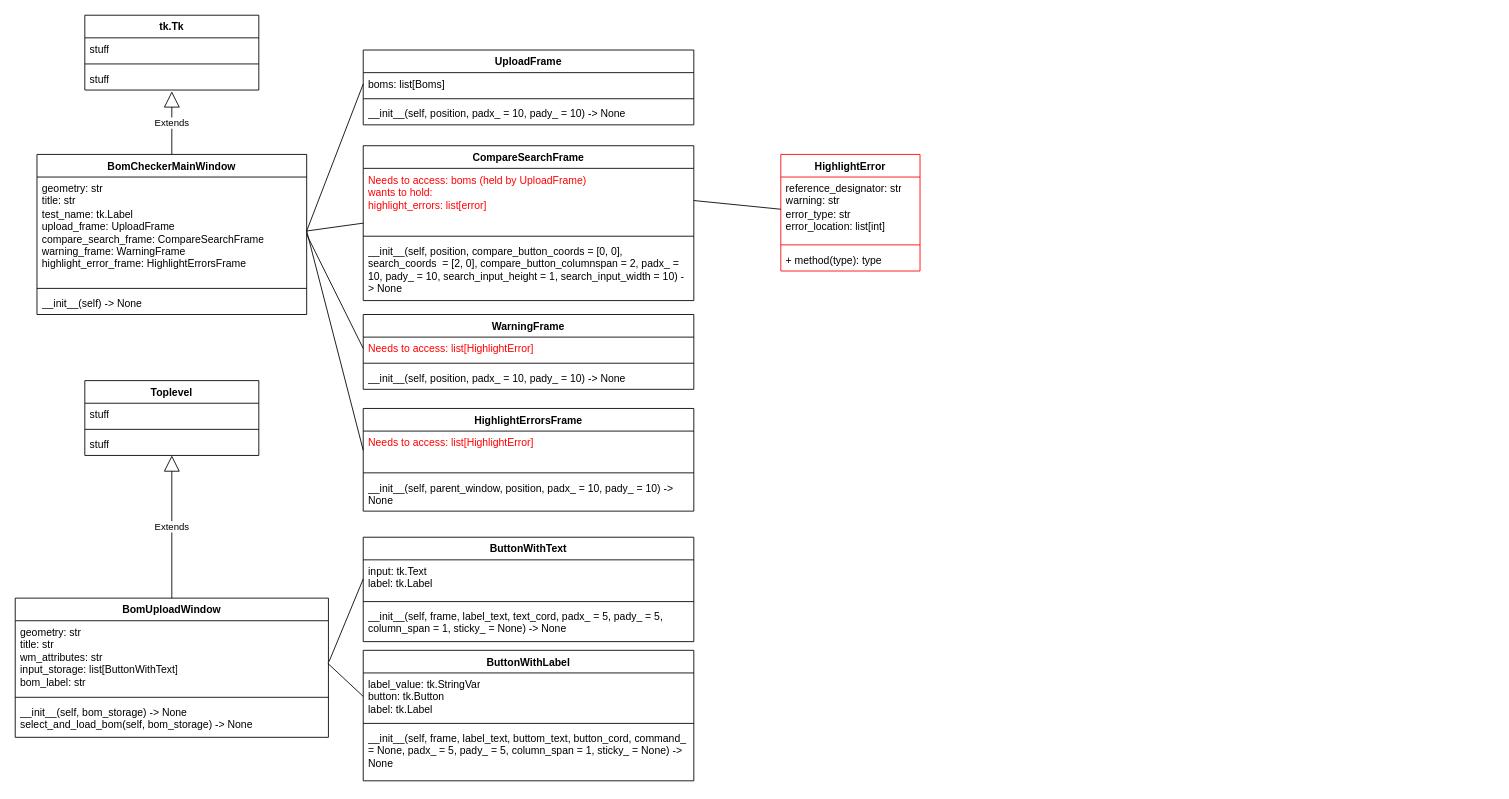
Before: bom_checker_class_diagram.drawio in ArielNadratowski/Bom_Checker, a draw.io diagram. Source tidied: cells renumbered, new cells numbered last; positions are measured from the earlier drawing's top-left corner, leaving out a move shared by most shapes. Both pictures are drawn from the tidied source at 87%, with x=0, y=0 at pixel (15, 15).
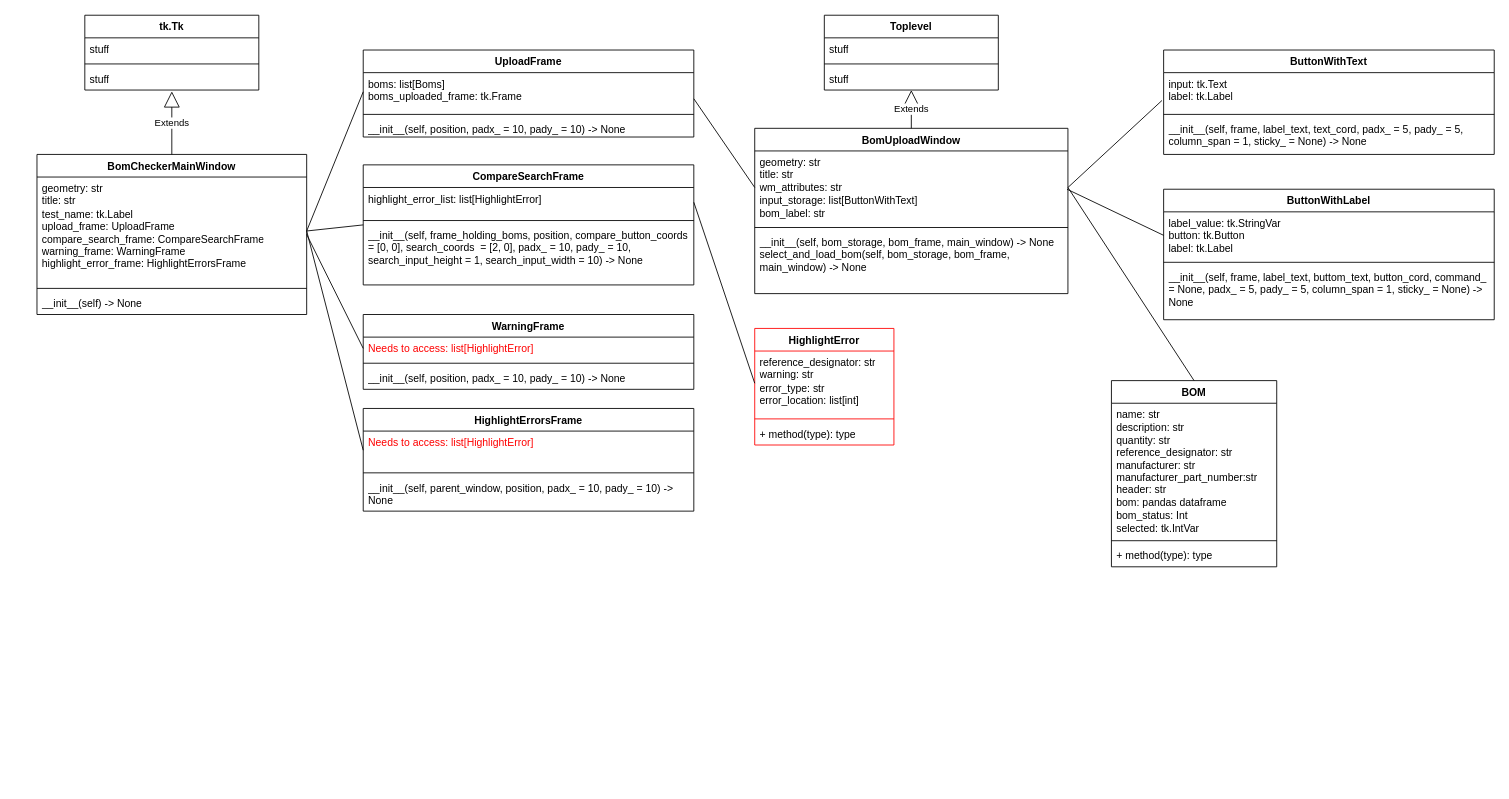
The same diagram, later.

Commit message (it also covers changes not shown here):
Able to upload multiple boms and select which ones to compare from a displayed list.

Unchanged cells that the change refers to:
```xml
<mxCell id="32" value="&lt;div&gt;input: tk.Text&lt;/div&gt;&lt;div&gt;label: tk.Label&lt;br&gt;&lt;/div&gt;" style="text;strokeColor=none;fillColor=none;align=left;verticalAlign=top;spacingLeft=4;spacingRight=4;overflow=hidden;points=[[0,0.5],[1,0.5]];portConstraint=eastwest;whiteSpace=wrap;html=1;" parent="31" vertex="1">
  <mxGeometry y="26" width="380" height="44" as="geometry" />
</mxCell>
<mxCell id="36" value="&lt;div&gt;label_value: tk.StringVar&lt;/div&gt;&lt;div&gt;button: tk.Button&lt;/div&gt;&lt;div&gt;label: tk.Label&lt;br&gt;&lt;/div&gt;" style="text;strokeColor=none;fillColor=none;align=left;verticalAlign=top;spacingLeft=4;spacingRight=4;overflow=hidden;points=[[0,0.5],[1,0.5]];portConstraint=eastwest;whiteSpace=wrap;html=1;" parent="35" vertex="1">
  <mxGeometry y="26" width="380" height="54" as="geometry" />
</mxCell>
<mxCell id="44" value="&lt;div&gt;geometry: str&lt;br&gt;&lt;/div&gt;&lt;div&gt;title: str&lt;/div&gt;&lt;div&gt;wm_attributes: str&lt;/div&gt;&lt;div&gt;input_storage: list[ButtonWithText]&lt;/div&gt;&lt;div&gt;bom_label: str&lt;br&gt;&lt;/div&gt;" style="text;strokeColor=none;fillColor=none;align=left;verticalAlign=top;spacingLeft=4;spacingRight=4;overflow=hidden;points=[[0,0.5],[1,0.5]];portConstraint=eastwest;whiteSpace=wrap;html=1;" parent="43" vertex="1">
  <mxGeometry y="26" width="360" height="84" as="geometry" />
</mxCell>
```

The edit, as a diff of the source:
```diff
@@
     <mxCell id="10" value="UploadFrame" style="swimlane;fontStyle=1;align=center;verticalAlign=top;horizontal=1;startSize=26;whiteSpace=wrap;html=1;" parent="1" vertex="1">
-      <mxGeometry x="400" y="40" width="380" height="86" as="geometry" />
+      <mxGeometry x="400" y="40" width="380" height="100" as="geometry" />
     </mxCell>
-    <mxCell id="11" value="boms: list[Boms]" style="text;strokeColor=none;fillColor=none;align=left;verticalAlign=top;spacingLeft=4;spacingRight=4;overflow=hidden;points=[[0,0.5],[1,0.5]];portConstraint=eastwest;whiteSpace=wrap;html=1;" parent="10" vertex="1">
-      <mxGeometry y="26" width="380" height="26" as="geometry" />
+    <mxCell id="11" value="&lt;div&gt;boms: list[Boms]&lt;/div&gt;&lt;div&gt;boms_uploaded_frame: tk.Frame&lt;/div&gt;" style="text;strokeColor=none;fillColor=none;align=left;verticalAlign=top;spacingLeft=4;spacingRight=4;overflow=hidden;points=[[0,0.5],[1,0.5]];portConstraint=eastwest;whiteSpace=wrap;html=1;" parent="10" vertex="1">
+      <mxGeometry y="26" width="380" height="44" as="geometry" />
     </mxCell>
     <mxCell id="12" style="line;strokeWidth=1;fillColor=none;align=left;verticalAlign=middle;spacingTop=-1;spacingLeft=3;spacingRight=3;labelPosition=right;strokeColor=inherit;" parent="10" vertex="1">
-      <mxGeometry y="52" width="380" height="8" as="geometry" />
+      <mxGeometry y="70" width="380" height="8" as="geometry" />
     </mxCell>
     <mxCell id="13" value="__init__(self, position, padx_ = 10, pady_ = 10) -&amp;gt; None" style="text;strokeColor=none;fillColor=none;align=left;verticalAlign=top;spacingLeft=4;spacingRight=4;overflow=hidden;whiteSpace=wrap;html=1;" parent="10" vertex="1">
-      <mxGeometry y="60" width="380" height="26" as="geometry" />
+      <mxGeometry y="78" width="380" height="22" as="geometry" />
     </mxCell>
     <mxCell id="14" value="CompareSearchFrame" style="swimlane;fontStyle=1;align=center;verticalAlign=top;horizontal=1;startSize=26;whiteSpace=wrap;html=1;" parent="1" vertex="1">
-      <mxGeometry x="400" y="150" width="380" height="178" as="geometry" />
+      <mxGeometry x="400" y="172" width="380" height="138" as="geometry" />
     </mxCell>
-    <mxCell id="15" value="&lt;div&gt;&lt;font color=&quot;#ff0000&quot;&gt;Needs to access: boms (held by UploadFrame)&lt;br&gt;&lt;/font&gt;&lt;/div&gt;&lt;div&gt;&lt;font color=&quot;#ff0000&quot;&gt;wants to hold: &lt;br&gt;&lt;/font&gt;&lt;/div&gt;&lt;font color=&quot;#ff0000&quot;&gt;highlight_errors: list[error]&lt;br&gt;&lt;/font&gt;" style="text;strokeColor=none;fillColor=none;align=left;verticalAlign=top;spacingLeft=4;spacingRight=4;overflow=hidden;points=[[0,0.5],[1,0.5]];portConstraint=eastwest;whiteSpace=wrap;html=1;" parent="14" vertex="1">
-      <mxGeometry y="26" width="380" height="74" as="geometry" />
+    <mxCell id="15" value="&lt;div&gt;highlight_error_list: list[HighlightError]&lt;br&gt;&lt;/div&gt;&lt;div&gt;&lt;br&gt;&lt;/div&gt;" style="text;strokeColor=none;fillColor=none;align=left;verticalAlign=top;spacingLeft=4;spacingRight=4;overflow=hidden;points=[[0,0.5],[1,0.5]];portConstraint=eastwest;whiteSpace=wrap;html=1;" parent="14" vertex="1">
+      <mxGeometry y="26" width="380" height="34" as="geometry" />
     </mxCell>
     <mxCell id="16" style="line;strokeWidth=1;fillColor=none;align=left;verticalAlign=middle;spacingTop=-1;spacingLeft=3;spacingRight=3;labelPosition=right;strokeColor=inherit;" parent="14" vertex="1">
-      <mxGeometry y="100" width="380" height="8" as="geometry" />
+      <mxGeometry y="60" width="380" height="8" as="geometry" />
     </mxCell>
-    <mxCell id="17" value="__init__(self, position, compare_button_coords = [0, 0], search_coords&amp;nbsp; = [2, 0], compare_button_columnspan = 2, padx_ = 10, pady_ = 10, search_input_height = 1, search_input_width = 10) -&amp;gt; None" style="text;strokeColor=none;fillColor=none;align=left;verticalAlign=top;spacingLeft=4;spacingRight=4;overflow=hidden;whiteSpace=wrap;html=1;" parent="14" vertex="1">
-      <mxGeometry y="108" width="380" height="70" as="geometry" />
+    <mxCell id="17" value="__init__(self, frame_holding_boms, position, compare_button_coords = [0, 0], search_coords&amp;nbsp; = [2, 0], padx_ = 10, pady_ = 10, search_input_height = 1, search_input_width = 10) -&amp;gt; None" style="text;strokeColor=none;fillColor=none;align=left;verticalAlign=top;spacingLeft=4;spacingRight=4;overflow=hidden;whiteSpace=wrap;html=1;" parent="14" vertex="1">
+      <mxGeometry y="68" width="380" height="70" as="geometry" />
     </mxCell>
@@
     <mxCell id="31" value="ButtonWithText" style="swimlane;fontStyle=1;align=center;verticalAlign=top;horizontal=1;startSize=26;whiteSpace=wrap;html=1;" parent="1" vertex="1">
-      <mxGeometry x="400" y="600" width="380" height="120" as="geometry" />
+      <mxGeometry x="1320" y="40" width="380" height="120" as="geometry" />
     </mxCell>
@@
     <mxCell id="35" value="ButtonWithLabel" style="swimlane;fontStyle=1;align=center;verticalAlign=top;horizontal=1;startSize=26;whiteSpace=wrap;html=1;" parent="1" vertex="1">
-      <mxGeometry x="400" y="730" width="380" height="150" as="geometry" />
+      <mxGeometry x="1320" y="200" width="380" height="150" as="geometry" />
     </mxCell>
@@
     <mxCell id="39" value="Toplevel" style="swimlane;fontStyle=1;align=center;verticalAlign=top;horizontal=1;startSize=26;whiteSpace=wrap;html=1;" parent="1" vertex="1">
-      <mxGeometry x="80" y="420" width="200" height="86" as="geometry" />
+      <mxGeometry x="930" width="200" height="86" as="geometry" />
     </mxCell>
@@
     <mxCell id="43" value="BomUploadWindow" style="swimlane;fontStyle=1;align=center;verticalAlign=top;horizontal=1;startSize=26;whiteSpace=wrap;html=1;" parent="1" vertex="1">
-      <mxGeometry y="670" width="360" height="160" as="geometry" />
+      <mxGeometry x="850" y="130" width="360" height="190" as="geometry" />
     </mxCell>
@@
-    <mxCell id="46" value="&lt;div&gt;__init__(self, bom_storage) -&amp;gt; None&lt;/div&gt;&lt;div&gt;select_and_load_bom(self, bom_storage) -&amp;gt; None&lt;br&gt;&lt;/div&gt;" style="text;strokeColor=none;fillColor=none;align=left;verticalAlign=top;spacingLeft=4;spacingRight=4;overflow=hidden;whiteSpace=wrap;html=1;" parent="43" vertex="1">
-      <mxGeometry y="118" width="360" height="42" as="geometry" />
+    <mxCell id="46" value="&lt;div&gt;__init__(self, bom_storage, bom_frame, main_window) -&amp;gt; None&lt;/div&gt;&lt;div&gt;select_and_load_bom(self, bom_storage, bom_frame, main_window) -&amp;gt; None&lt;br&gt;&lt;/div&gt;" style="text;strokeColor=none;fillColor=none;align=left;verticalAlign=top;spacingLeft=4;spacingRight=4;overflow=hidden;whiteSpace=wrap;html=1;" parent="43" vertex="1">
+      <mxGeometry y="118" width="360" height="72" as="geometry" />
     </mxCell>
@@
-    <mxCell id="48" style="endArrow=none;html=1;rounded=0;entryX=0;entryY=0.5;entryDx=0;entryDy=0;exitX=1.002;exitY=0.559;exitDx=0;exitDy=0;exitPerimeter=0;" parent="1" edge="1" source="44" target="32">
-      <mxGeometry relative="1" as="geometry" />
-    </mxCell>
-    <mxCell id="49" style="endArrow=none;html=1;rounded=0;entryX=0;entryY=0.5;entryDx=0;entryDy=0;exitX=0.998;exitY=0.583;exitDx=0;exitDy=0;exitPerimeter=0;" parent="1" edge="1" source="44" target="36">
-      <mxGeometry relative="1" as="geometry" />
+    <mxCell id="49" style="endArrow=none;html=1;rounded=0;entryX=0;entryY=0.5;entryDx=0;entryDy=0;" parent="1" edge="1" target="36">
+      <mxGeometry relative="1" as="geometry">
+        <mxPoint x="1209" y="200" as="sourcePoint" />
+      </mxGeometry>
     </mxCell>
     <mxCell id="50" value="HighlightError" style="swimlane;fontStyle=1;align=center;verticalAlign=top;horizontal=1;startSize=26;whiteSpace=wrap;html=1;strokeColor=#FF0000;" parent="1" vertex="1">
-      <mxGeometry x="880" y="160" width="160" height="134" as="geometry" />
+      <mxGeometry x="850" y="360" width="160" height="134" as="geometry" />
     </mxCell>
@@
+    <mxCell id="55" style="endArrow=none;html=1;rounded=0;entryX=0;entryY=0.5;entryDx=0;entryDy=0;exitX=1;exitY=0.682;exitDx=0;exitDy=0;exitPerimeter=0;" parent="1" edge="1" source="11" target="44">
+      <mxGeometry relative="1" as="geometry" />
+    </mxCell>
+    <mxCell id="56" value="BOM" style="swimlane;fontStyle=1;align=center;verticalAlign=top;horizontal=1;startSize=26;whiteSpace=wrap;html=1;" parent="1" vertex="1">
+      <mxGeometry x="1260" y="420" width="190" height="214" as="geometry" />
+    </mxCell>
+    <mxCell id="57" value="&lt;div&gt;name: str&lt;/div&gt;&lt;div&gt;description: str&lt;/div&gt;&lt;div&gt;quantity: str&lt;/div&gt;&lt;div&gt;reference_designator: str&lt;/div&gt;&lt;div&gt;manufacturer: str&lt;/div&gt;&lt;div&gt;manufacturer_part_number:str&lt;/div&gt;&lt;div&gt;header: str&lt;br&gt;&lt;/div&gt;&lt;div&gt;bom: pandas dataframe&lt;br&gt;&lt;/div&gt;&lt;div&gt;bom_status: Int&lt;/div&gt;&lt;div&gt;selected: tk.IntVar&lt;br&gt;&lt;/div&gt;&lt;div&gt;&lt;br&gt;&lt;/div&gt;" style="text;strokeColor=none;fillColor=none;align=left;verticalAlign=top;spacingLeft=4;spacingRight=4;overflow=hidden;whiteSpace=wrap;html=1;" parent="56" vertex="1">
+      <mxGeometry y="26" width="190" height="154" as="geometry" />
+    </mxCell>
+    <mxCell id="58" style="line;strokeWidth=1;fillColor=none;align=left;verticalAlign=middle;spacingTop=-1;spacingLeft=3;spacingRight=3;labelPosition=right;strokeColor=inherit;" parent="56" vertex="1">
+      <mxGeometry y="180" width="190" height="8" as="geometry" />
+    </mxCell>
+    <mxCell id="59" value="+ method(type): type" style="text;strokeColor=none;fillColor=none;align=left;verticalAlign=top;spacingLeft=4;spacingRight=4;overflow=hidden;whiteSpace=wrap;html=1;" parent="56" vertex="1">
+      <mxGeometry y="188" width="190" height="26" as="geometry" />
+    </mxCell>
+    <mxCell id="60" style="endArrow=none;html=1;rounded=0;exitX=0.5;exitY=0;exitDx=0;exitDy=0;" parent="1" edge="1" source="56">
+      <mxGeometry relative="1" as="geometry">
+        <mxPoint x="1210" y="198" as="targetPoint" />
+      </mxGeometry>
+    </mxCell>
+    <mxCell id="48" style="endArrow=none;html=1;rounded=0;entryX=-0.005;entryY=0.727;entryDx=0;entryDy=0;entryPerimeter=0;exitX=1;exitY=0.5;exitDx=0;exitDy=0;" parent="1" edge="1" source="44" target="32">
+      <mxGeometry relative="1" as="geometry" />
+    </mxCell>
```
